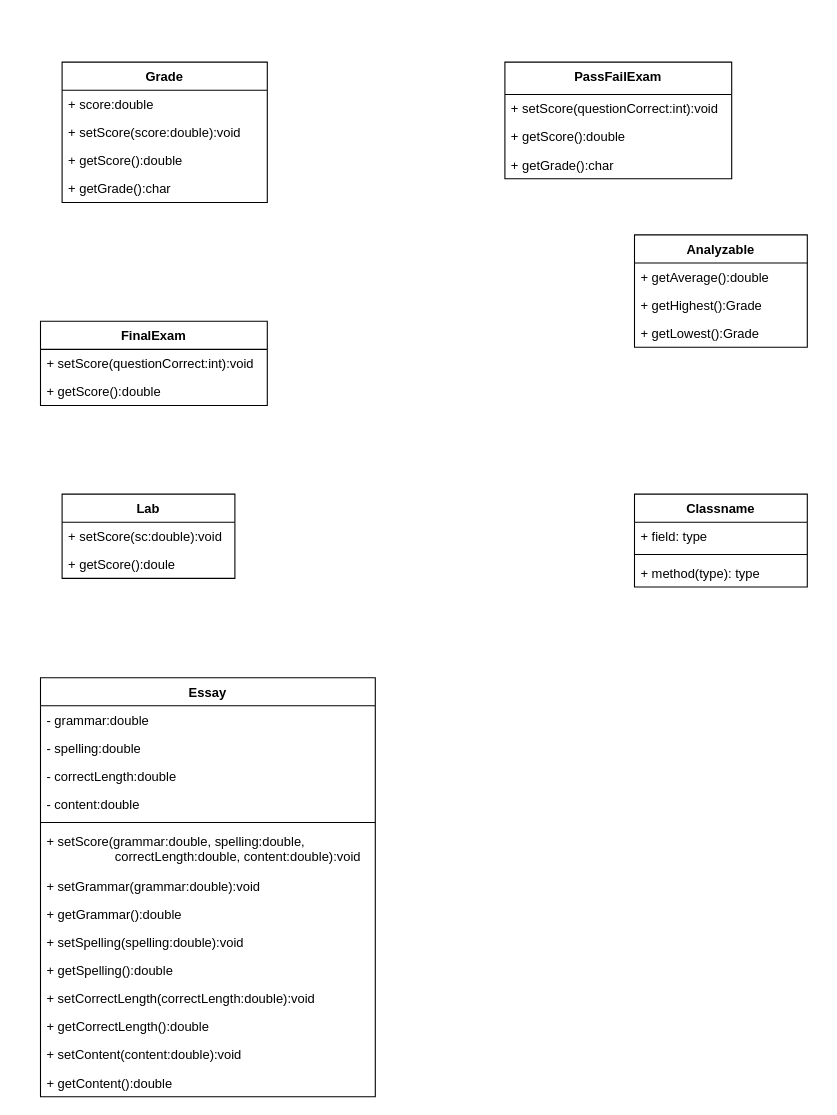
aiin-syafikah/Week-2 keeps this draw.io diagram as Task2.drawio. Above is the earlier version. Source tidied: cells renumbered, new cells numbered last; positions are measured from the earlier drawing's top-left corner, leaving out a move shared by most shapes. Both pictures are drawn from the tidied source at 108%, with x=0, y=0 at pixel (40, 62).
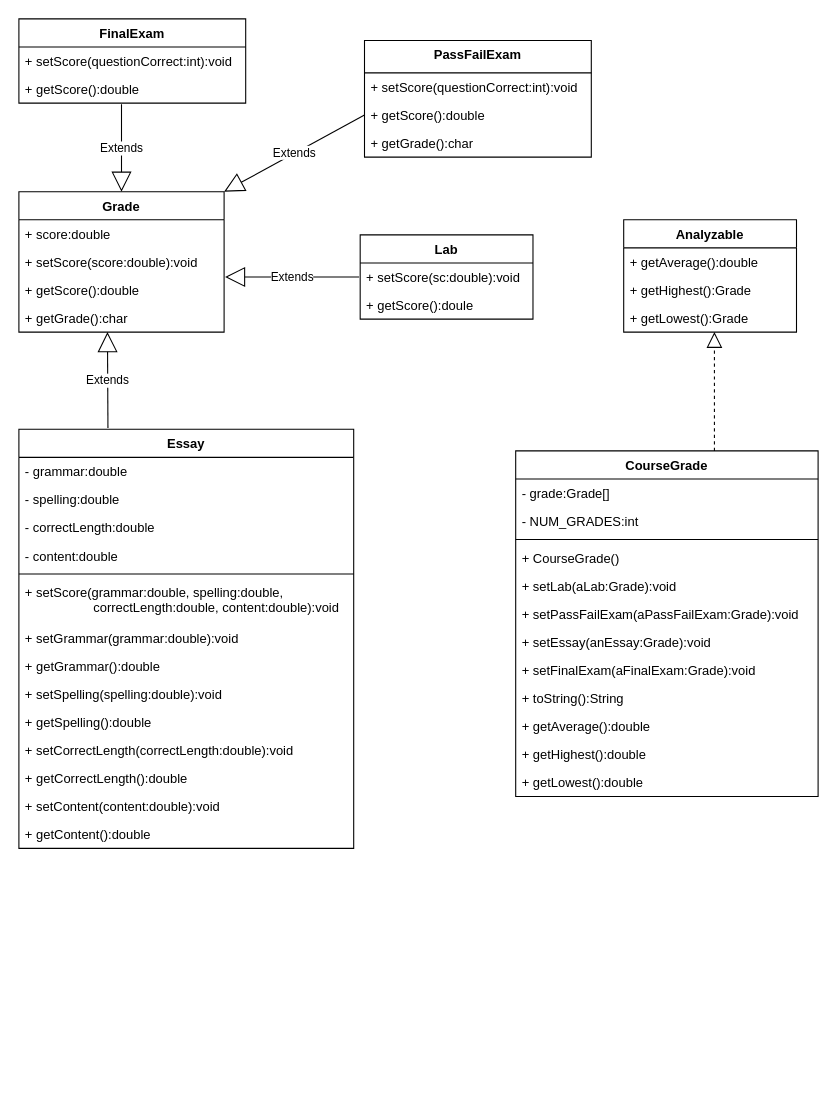
The same page after the edit.

Unchanged cells that the change refers to:
```xml
<mxCell id="9" value="+ getScore():double" style="text;strokeColor=none;fillColor=none;align=left;verticalAlign=top;spacingLeft=4;spacingRight=4;overflow=hidden;points=[[0,0.5],[1,0.5]];portConstraint=eastwest;" parent="7" vertex="1">
  <mxGeometry y="56" width="210" height="26" as="geometry" />
</mxCell>
```

Change to the diagram source:
```diff
@@
     <mxCell id="2" value="Grade" style="swimlane;fontStyle=1;align=center;verticalAlign=top;horizontal=1;startSize=26;" parent="1" vertex="1">
-      <mxGeometry x="20" width="190" height="130" as="geometry" />
+      <mxGeometry x="-20" y="120" width="190" height="130" as="geometry" />
     </mxCell>
@@
     <mxCell id="7" value="PassFailExam" style="swimlane;fontStyle=1;align=center;verticalAlign=top;horizontal=1;startSize=30;" parent="1" vertex="1">
-      <mxGeometry x="430" width="210" height="108" as="geometry" />
+      <mxGeometry x="300" y="-20" width="210" height="108" as="geometry" />
     </mxCell>
@@
     <mxCell id="11" value="FinalExam" style="swimlane;fontStyle=1;align=center;verticalAlign=top;horizontal=1;startSize=26;" parent="1" vertex="1">
-      <mxGeometry y="240" width="210" height="78" as="geometry" />
+      <mxGeometry x="-20" y="-40" width="210" height="78" as="geometry" />
     </mxCell>
@@
     <mxCell id="14" value="Analyzable" style="swimlane;fontStyle=1;align=center;verticalAlign=top;horizontal=1;startSize=26;" parent="1" vertex="1">
-      <mxGeometry x="550" y="160" width="160" height="104" as="geometry" />
+      <mxGeometry x="540" y="146" width="160" height="104" as="geometry" />
     </mxCell>
@@
-    <mxCell id="18" value="Classname" style="swimlane;fontStyle=1;align=center;verticalAlign=top;horizontal=1;startSize=26;" parent="1" vertex="1">
-      <mxGeometry x="550" y="400" width="160" height="86" as="geometry" />
+    <mxCell id="18" value="CourseGrade" style="swimlane;fontStyle=1;align=center;verticalAlign=top;horizontal=1;startSize=26;" parent="1" vertex="1">
+      <mxGeometry x="440" y="360" width="280" height="320" as="geometry" />
     </mxCell>
+    <mxCell id="40" value="- grade:Grade[]" style="text;strokeColor=none;fillColor=none;align=left;verticalAlign=top;spacingLeft=4;spacingRight=4;overflow=hidden;" parent="18" vertex="1">
+      <mxGeometry y="26" width="280" height="26" as="geometry" />
+    </mxCell>
-    <mxCell id="19" value="+ field: type" style="text;strokeColor=none;fillColor=none;align=left;verticalAlign=top;spacingLeft=4;spacingRight=4;overflow=hidden;" parent="18" vertex="1">
-      <mxGeometry y="26" width="160" height="26" as="geometry" />
+    <mxCell id="19" value="- NUM_GRADES:int" style="text;strokeColor=none;fillColor=none;align=left;verticalAlign=top;spacingLeft=4;spacingRight=4;overflow=hidden;" parent="18" vertex="1">
+      <mxGeometry y="52" width="280" height="26" as="geometry" />
     </mxCell>
     <mxCell id="20" style="line;strokeWidth=1;fillColor=none;align=left;verticalAlign=middle;spacingTop=-1;spacingLeft=3;spacingRight=3;labelPosition=right;" parent="18" vertex="1">
-      <mxGeometry y="52" width="160" height="8" as="geometry" />
+      <mxGeometry y="78" width="280" height="8" as="geometry" />
     </mxCell>
+    <mxCell id="41" value="+ CourseGrade()" style="text;strokeColor=none;fillColor=none;align=left;verticalAlign=top;spacingLeft=4;spacingRight=4;overflow=hidden;" parent="18" vertex="1">
+      <mxGeometry y="86" width="280" height="26" as="geometry" />
+    </mxCell>
+    <mxCell id="42" value="+ setLab(aLab:Grade):void" style="text;strokeColor=none;fillColor=none;align=left;verticalAlign=top;spacingLeft=4;spacingRight=4;overflow=hidden;" parent="18" vertex="1">
+      <mxGeometry y="112" width="280" height="26" as="geometry" />
+    </mxCell>
+    <mxCell id="43" value="+ setPassFailExam(aPassFailExam:Grade):void" style="text;strokeColor=none;fillColor=none;align=left;verticalAlign=top;spacingLeft=4;spacingRight=4;overflow=hidden;" parent="18" vertex="1">
+      <mxGeometry y="138" width="280" height="26" as="geometry" />
+    </mxCell>
+    <mxCell id="44" value="+ setEssay(anEssay:Grade):void" style="text;strokeColor=none;fillColor=none;align=left;verticalAlign=top;spacingLeft=4;spacingRight=4;overflow=hidden;" parent="18" vertex="1">
+      <mxGeometry y="164" width="280" height="26" as="geometry" />
+    </mxCell>
+    <mxCell id="45" value="+ setFinalExam(aFinalExam:Grade):void" style="text;strokeColor=none;fillColor=none;align=left;verticalAlign=top;spacingLeft=4;spacingRight=4;overflow=hidden;" parent="18" vertex="1">
+      <mxGeometry y="190" width="280" height="26" as="geometry" />
+    </mxCell>
+    <mxCell id="46" value="+ toString():String" style="text;strokeColor=none;fillColor=none;align=left;verticalAlign=top;spacingLeft=4;spacingRight=4;overflow=hidden;" parent="18" vertex="1">
+      <mxGeometry y="216" width="280" height="26" as="geometry" />
+    </mxCell>
-    <mxCell id="21" value="+ method(type): type" style="text;strokeColor=none;fillColor=none;align=left;verticalAlign=top;spacingLeft=4;spacingRight=4;overflow=hidden;" parent="18" vertex="1">
-      <mxGeometry y="60" width="160" height="26" as="geometry" />
+    <mxCell id="21" value="+ getAverage():double" style="text;strokeColor=none;fillColor=none;align=left;verticalAlign=top;spacingLeft=4;spacingRight=4;overflow=hidden;" parent="18" vertex="1">
+      <mxGeometry y="242" width="280" height="26" as="geometry" />
     </mxCell>
+    <mxCell id="47" value="+ getHighest():double" style="text;strokeColor=none;fillColor=none;align=left;verticalAlign=top;spacingLeft=4;spacingRight=4;overflow=hidden;" parent="18" vertex="1">
+      <mxGeometry y="268" width="280" height="26" as="geometry" />
+    </mxCell>
+    <mxCell id="48" value="+ getLowest():double" style="text;strokeColor=none;fillColor=none;align=left;verticalAlign=top;spacingLeft=4;spacingRight=4;overflow=hidden;" parent="18" vertex="1">
+      <mxGeometry y="294" width="280" height="26" as="geometry" />
+    </mxCell>
     <mxCell id="22" value="Lab" style="swimlane;fontStyle=1;align=center;verticalAlign=top;horizontal=1;startSize=26;" parent="1" vertex="1">
-      <mxGeometry x="20" y="400" width="160" height="78" as="geometry" />
+      <mxGeometry x="296" y="160" width="160" height="78" as="geometry" />
     </mxCell>
@@
     <mxCell id="25" value="Essay" style="swimlane;fontStyle=1;align=center;verticalAlign=top;horizontal=1;startSize=26;" parent="1" vertex="1">
-      <mxGeometry y="570" width="310" height="388" as="geometry" />
+      <mxGeometry x="-20" y="340" width="310" height="388" as="geometry" />
     </mxCell>
@@
+    <mxCell id="49" style="endArrow=block;dashed=1;endFill=0;endSize=12;html=1;" parent="1" edge="1">
+      <mxGeometry relative="1" as="geometry">
+        <mxPoint x="624" y="360" as="sourcePoint" />
+        <mxPoint x="624" y="250" as="targetPoint" />
+      </mxGeometry>
+    </mxCell>
+    <mxCell id="50" value="Extends" style="endArrow=block;endSize=16;endFill=0;html=1;exitX=0.266;exitY=-0.003;exitDx=0;exitDy=0;exitPerimeter=0;" parent="1" edge="1" source="25">
+      <mxGeometry relative="1" as="geometry">
+        <mxPoint x="62" y="250" as="targetPoint" />
+      </mxGeometry>
+    </mxCell>
+    <mxCell id="51" value="Extends" style="endArrow=block;endSize=16;endFill=0;html=1;entryX=1.031;entryY=0.038;entryDx=0;entryDy=0;entryPerimeter=0;exitX=0;exitY=0.5;exitDx=0;exitDy=0;" parent="1" edge="1">
+      <mxGeometry relative="1" as="geometry">
+        <mxPoint x="295" y="199" as="sourcePoint" />
+        <mxPoint x="170.9" y="199" as="targetPoint" />
+      </mxGeometry>
+    </mxCell>
+    <mxCell id="52" value="Extends" style="endArrow=block;endSize=16;endFill=0;html=1;entryX=0.5;entryY=0;entryDx=0;entryDy=0;" parent="1" edge="1" target="2">
+      <mxGeometry relative="1" as="geometry">
+        <mxPoint x="75" y="39" as="sourcePoint" />
+      </mxGeometry>
+    </mxCell>
+    <mxCell id="53" value="Extends" style="endArrow=block;endSize=16;endFill=0;html=1;exitX=0;exitY=0.5;exitDx=0;exitDy=0;entryX=1;entryY=0;entryDx=0;entryDy=0;" parent="1" edge="1" source="9" target="2">
+      <mxGeometry relative="1" as="geometry" />
+    </mxCell>
```
